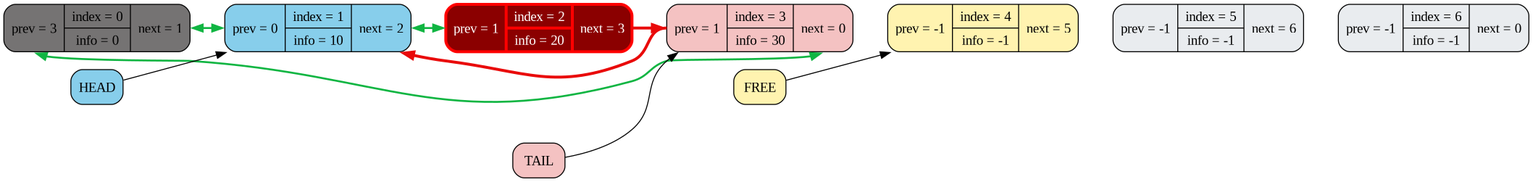
The Graphviz diagram dumps/graph_9.png in NikolayNetreba/Task5, before a commit. Its source is kept beside it as dumps/graph_9.dot. Its diagram source:
```dot
digraph g{
rankdir=LR;
node [shape=Mrecord; style=filled;];
node0 [label = "{<prev> prev = 3 | { index = 0 | info = 0 } | <next> next = 1}"; fillcolor="#757373"; fontcolor="black"; color="black"; penwidth=1.0];
node1 [label = "{<prev> prev = 0 | { index = 1 | info = 10 } | <next> next = 2}"; fillcolor="#87CEEB"; fontcolor="black"; color="black"; penwidth=1.0];
node2 [label = "{<prev> prev = 1 | { index = 2 | info = 20 } | <next> next = 3}"; fillcolor="#8b0000"; fontcolor="white"; color="#ff0000"; penwidth=3.0];
node3 [label = "{<prev> prev = 1 | { index = 3 | info = 30 } | <next> next = 0}"; fillcolor="#F4C2C2"; fontcolor="black"; color="black"; penwidth=1.0];
node4 [label = "{<prev> prev = -1 | { index = 4 | info = -1 } | <next> next = 5}"; fillcolor="#FFF3B0"; fontcolor="black"; color="black"; penwidth=1.0];
node5 [label = "{<prev> prev = -1 | { index = 5 | info = -1 } | <next> next = 6}"; fillcolor="#E9ECEF"; fontcolor="black"; color="black"; penwidth=1.0];
node6 [label = "{<prev> prev = -1 | { index = 6 | info = -1 } | <next> next = 0}"; fillcolor="#E9ECEF"; fontcolor="black"; color="black"; penwidth=1.0];
node0 -> node1 [style=invis, weight=100];
node1 -> node2 [style=invis, weight=100];
node2 -> node3 [style=invis, weight=100];
node3 -> node4 [style=invis, weight=100];
node4 -> node5 [style=invis, weight=100];
node5 -> node6 [style=invis, weight=100];
node0:next -> node1:prev [color="#10b542", dir="both", penwidth=2.0, constraint=false];
node1:next -> node2:prev [color="#10b542", dir="both", penwidth=2.0, constraint=false];
node2:next -> node3 [color="#e90a0a", penwidth=3.0, constraint=false];
node3:next -> node0:prev [color="#10b542", dir="both", penwidth=2.0, constraint=false];
node3:prev -> node1 [color="#e90a0a", penwidth=3.0, constraint=false];
HEAD [shape=box, style="filled, rounded", fillcolor="#87CEEB", label="HEAD"];
TAIL [shape=box, style="filled, rounded", fillcolor="#F4C2C2", label="TAIL"];
FREE [shape=box, style="filled, rounded", fillcolor="#FFF3B0", label="FREE"];
HEAD -> node1 [color=black];
TAIL -> node3 [color=black];
FREE -> node4 [color=black];
}
```
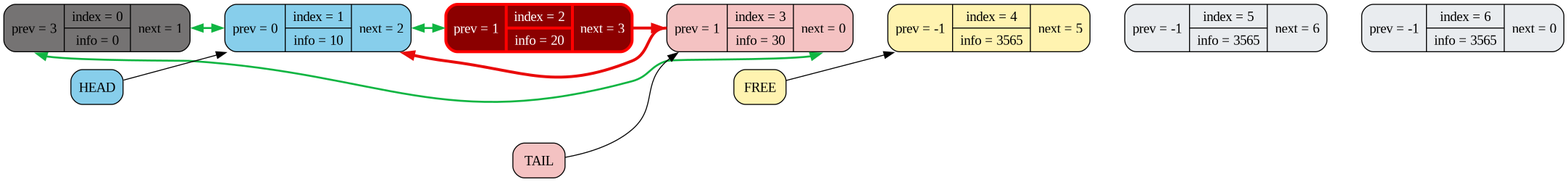
After the commit.

What changed in the source:
```diff
@@ -5,9 +5,9 @@
 node1 [label = "{<prev> prev = 0 | { index = 1 | info = 10 } | <next> next = 2}"; fillcolor="#87CEEB"; fontcolor="black"; color="black"; penwidth=1.0];
 node2 [label = "{<prev> prev = 1 | { index = 2 | info = 20 } | <next> next = 3}"; fillcolor="#8b0000"; fontcolor="white"; color="#ff0000"; penwidth=3.0];
 node3 [label = "{<prev> prev = 1 | { index = 3 | info = 30 } | <next> next = 0}"; fillcolor="#F4C2C2"; fontcolor="black"; color="black"; penwidth=1.0];
-node4 [label = "{<prev> prev = -1 | { index = 4 | info = -1 } | <next> next = 5}"; fillcolor="#FFF3B0"; fontcolor="black"; color="black"; penwidth=1.0];
-node5 [label = "{<prev> prev = -1 | { index = 5 | info = -1 } | <next> next = 6}"; fillcolor="#E9ECEF"; fontcolor="black"; color="black"; penwidth=1.0];
-node6 [label = "{<prev> prev = -1 | { index = 6 | info = -1 } | <next> next = 0}"; fillcolor="#E9ECEF"; fontcolor="black"; color="black"; penwidth=1.0];
+node4 [label = "{<prev> prev = -1 | { index = 4 | info = 3565 } | <next> next = 5}"; fillcolor="#FFF3B0"; fontcolor="black"; color="black"; penwidth=1.0];
+node5 [label = "{<prev> prev = -1 | { index = 5 | info = 3565 } | <next> next = 6}"; fillcolor="#E9ECEF"; fontcolor="black"; color="black"; penwidth=1.0];
+node6 [label = "{<prev> prev = -1 | { index = 6 | info = 3565 } | <next> next = 0}"; fillcolor="#E9ECEF"; fontcolor="black"; color="black"; penwidth=1.0];
 node0 -> node1 [style=invis, weight=100];
 node1 -> node2 [style=invis, weight=100];
 node2 -> node3 [style=invis, weight=100];
```
